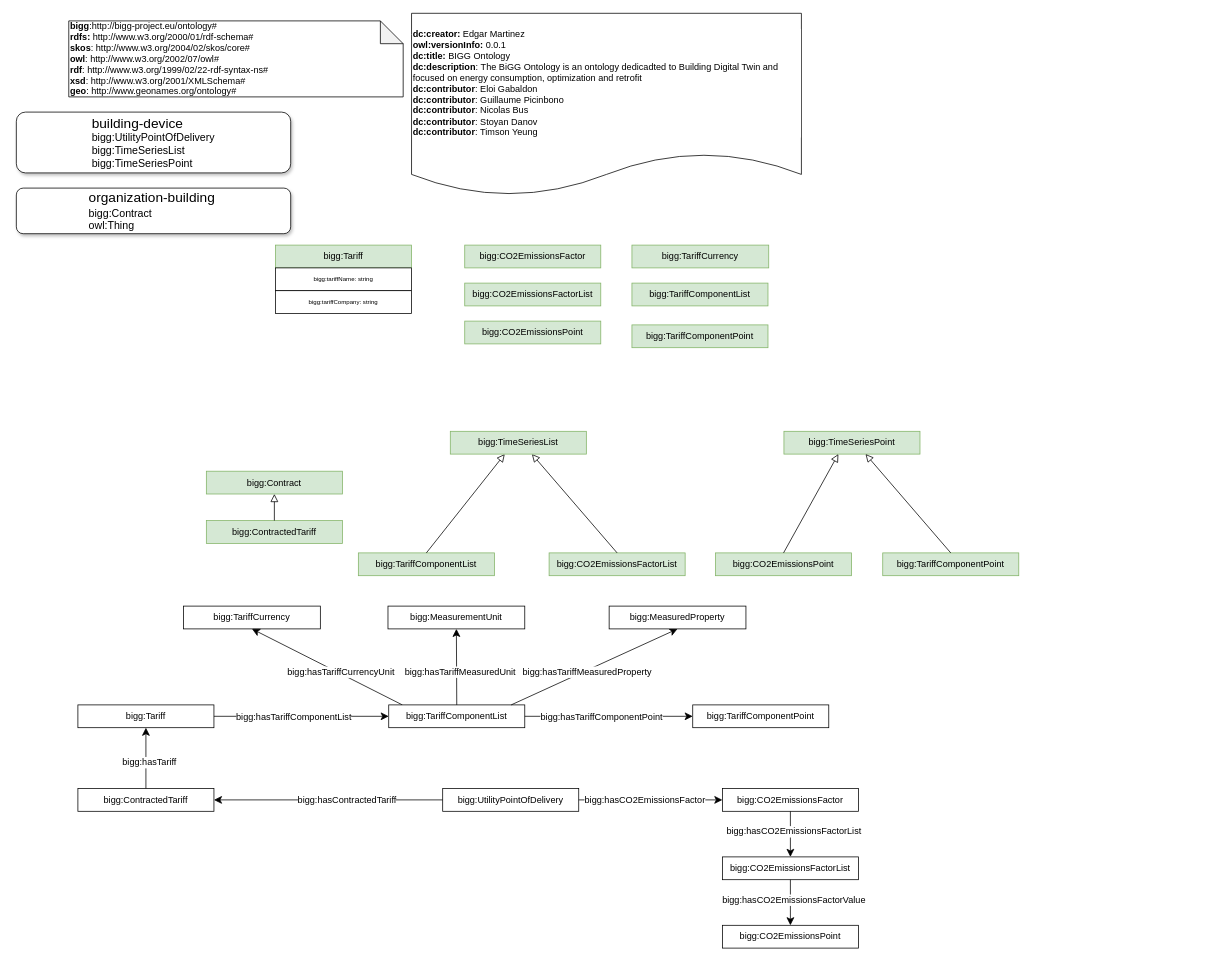
The draw.io diagram BIGG/UML/extensions-tariff.drawio in biggproject/Ontology, before the edit. Source tidied: cells renumbered, new cells numbered last; positions are measured from the earlier drawing's top-left corner, leaving out a move shared by most shapes. Both pictures are drawn from the tidied source at 76%, with x=0, y=0 at pixel (16, 13).
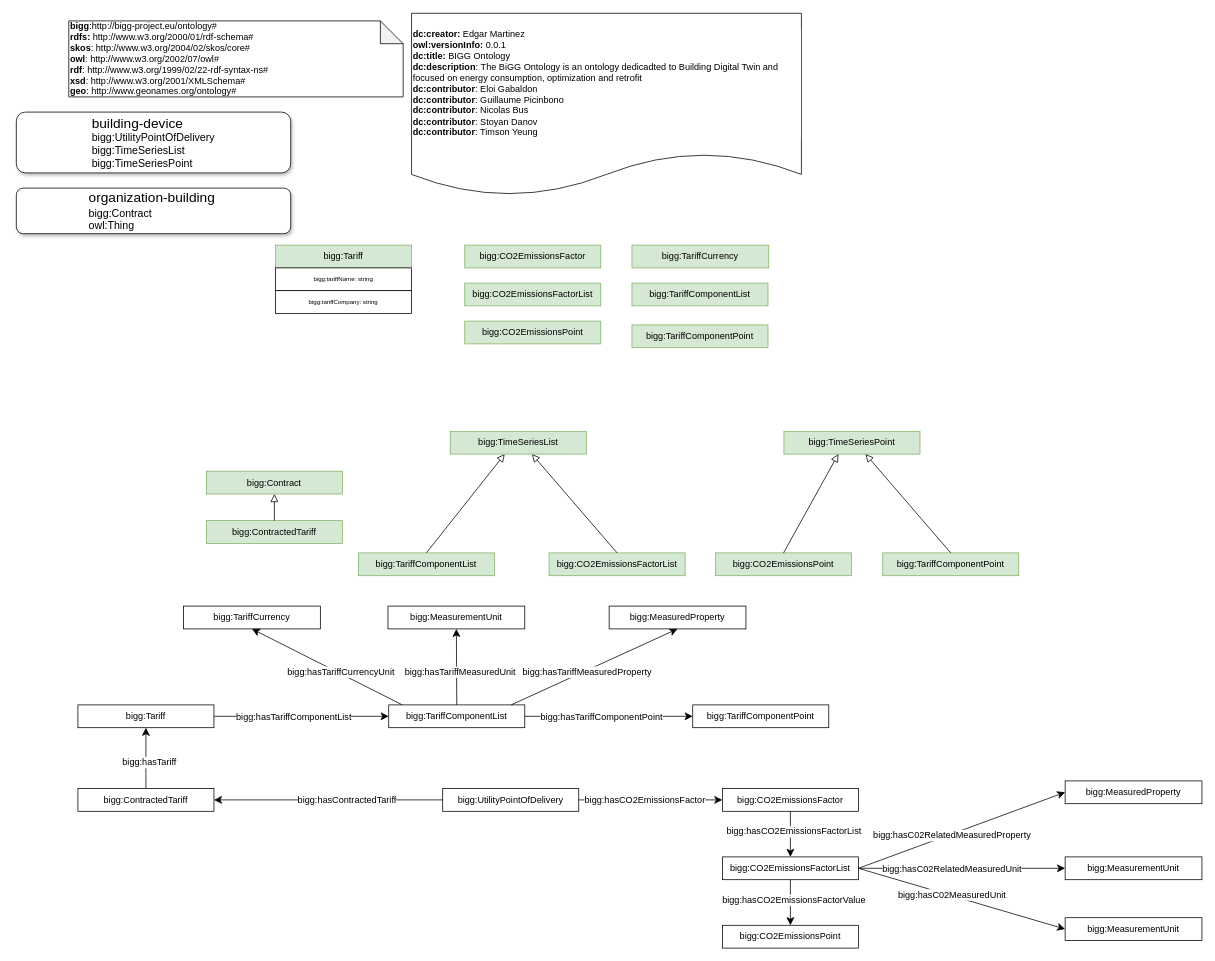
The same diagram, later.

The change refers to these unchanged cells:
```xml
<mxCell id="40" value="bigg:CO2EmissionsFactorList" style="rounded=0;whiteSpace=wrap;html=1;snapToPoint=1;points=[[0.1,0],[0.2,0],[0.3,0],[0.4,0],[0.5,0],[0.6,0],[0.7,0],[0.8,0],[0.9,0],[0,0.1],[0,0.3],[0,0.5],[0,0.7],[0,0.9],[0.1,1],[0.2,1],[0.3,1],[0.4,1],[0.5,1],[0.6,1],[0.7,1],[0.8,1],[0.9,1],[1,0.1],[1,0.3],[1,0.5],[1,0.7],[1,0.9]];labelBackgroundColor=none;fontFamily=Helvetica;" parent="1" vertex="1">
  <mxGeometry x="929" y="1110" width="179" height="30" as="geometry" />
</mxCell>
```

What changed in the source:
```diff
@@
+    <mxCell id="59" value="bigg:MeasuredProperty" style="rounded=0;whiteSpace=wrap;html=1;snapToPoint=1;points=[[0.1,0],[0.2,0],[0.3,0],[0.4,0],[0.5,0],[0.6,0],[0.7,0],[0.8,0],[0.9,0],[0,0.1],[0,0.3],[0,0.5],[0,0.7],[0,0.9],[0.1,1],[0.2,1],[0.3,1],[0.4,1],[0.5,1],[0.6,1],[0.7,1],[0.8,1],[0.9,1],[1,0.1],[1,0.3],[1,0.5],[1,0.7],[1,0.9]];" parent="1" vertex="1">
+      <mxGeometry x="1380" y="1010" width="180" height="30" as="geometry" />
+    </mxCell>
+    <mxCell id="60" value="bigg:MeasurementUnit" style="rounded=0;whiteSpace=wrap;html=1;snapToPoint=1;points=[[0.1,0],[0.2,0],[0.3,0],[0.4,0],[0.5,0],[0.6,0],[0.7,0],[0.8,0],[0.9,0],[0,0.1],[0,0.3],[0,0.5],[0,0.7],[0,0.9],[0.1,1],[0.2,1],[0.3,1],[0.4,1],[0.5,1],[0.6,1],[0.7,1],[0.8,1],[0.9,1],[1,0.1],[1,0.3],[1,0.5],[1,0.7],[1,0.9]];" parent="1" vertex="1">
+      <mxGeometry x="1380" y="1110" width="180" height="30" as="geometry" />
+    </mxCell>
+    <mxCell id="61" value="bigg:MeasurementUnit" style="rounded=0;whiteSpace=wrap;html=1;snapToPoint=1;points=[[0.1,0],[0.2,0],[0.3,0],[0.4,0],[0.5,0],[0.6,0],[0.7,0],[0.8,0],[0.9,0],[0,0.1],[0,0.3],[0,0.5],[0,0.7],[0,0.9],[0.1,1],[0.2,1],[0.3,1],[0.4,1],[0.5,1],[0.6,1],[0.7,1],[0.8,1],[0.9,1],[1,0.1],[1,0.3],[1,0.5],[1,0.7],[1,0.9]];" parent="1" vertex="1">
+      <mxGeometry x="1380" y="1190" width="180" height="30" as="geometry" />
+    </mxCell>
+    <mxCell id="62" style="endArrow=classic;html=1;exitX=1;exitY=0.5;exitDx=0;exitDy=0;endSize=8;arcSize=0;rounded=0;entryX=0;entryY=0.5;entryDx=0;entryDy=0;" parent="1" edge="1" source="40" target="59">
+      <mxGeometry relative="1" as="geometry" />
+    </mxCell>
+    <mxCell id="63" value="bigg:hasC02RelatedMeasuredProperty" style="text;html=1;align=center;verticalAlign=middle;labelBackgroundColor=#ffffff;" parent="62" vertex="1">
+      <mxGeometry x="-0.13" relative="1" as="geometry">
+        <mxPoint x="4" as="offset" />
+      </mxGeometry>
+    </mxCell>
+    <mxCell id="64" style="endArrow=classic;html=1;exitX=1;exitY=0.5;exitDx=0;exitDy=0;endSize=8;arcSize=0;rounded=0;entryX=0;entryY=0.5;entryDx=0;entryDy=0;" parent="1" edge="1" source="40" target="60">
+      <mxGeometry relative="1" as="geometry" />
+    </mxCell>
+    <mxCell id="65" value="bigg:hasC02RelatedMeasuredUnit" style="text;html=1;align=center;verticalAlign=middle;labelBackgroundColor=#ffffff;" parent="64" vertex="1">
+      <mxGeometry x="-0.13" relative="1" as="geometry">
+        <mxPoint x="4" as="offset" />
+      </mxGeometry>
+    </mxCell>
+    <mxCell id="66" style="endArrow=classic;html=1;exitX=1;exitY=0.5;exitDx=0;exitDy=0;endSize=8;arcSize=0;rounded=0;entryX=0;entryY=0.5;entryDx=0;entryDy=0;" parent="1" edge="1" source="40" target="61">
+      <mxGeometry relative="1" as="geometry" />
+    </mxCell>
+    <mxCell id="67" value="bigg:hasC02MeasuredUnit" style="text;html=1;align=center;verticalAlign=middle;labelBackgroundColor=#ffffff;" parent="66" vertex="1">
+      <mxGeometry x="-0.13" relative="1" as="geometry">
+        <mxPoint x="4" as="offset" />
+      </mxGeometry>
+    </mxCell>
```
